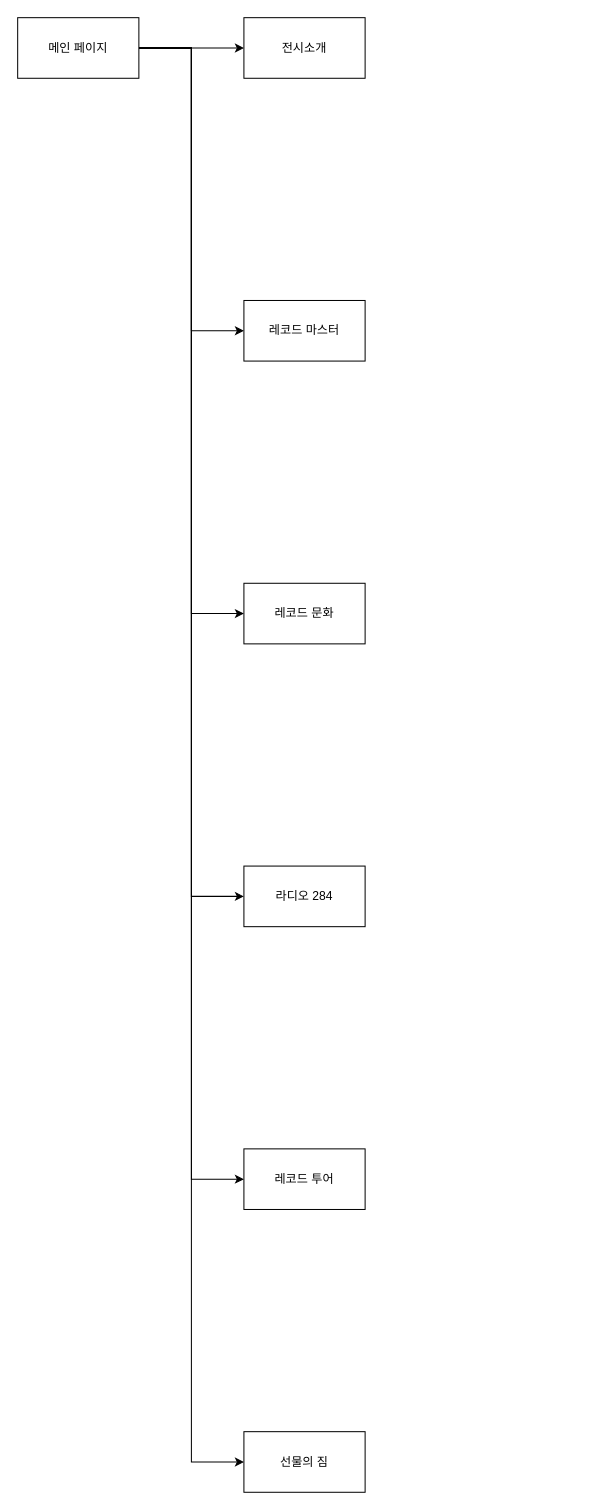
Above: Untitled Diagram.drawio in donkatz/RECORD-284 (draw.io), before the change. Source tidied: cells renumbered, new cells numbered last; positions are measured from the earlier drawing's top-left corner, leaving out a move shared by most shapes. Both pictures are drawn from the tidied source at 101%, with x=0, y=0 at pixel (17, 17).
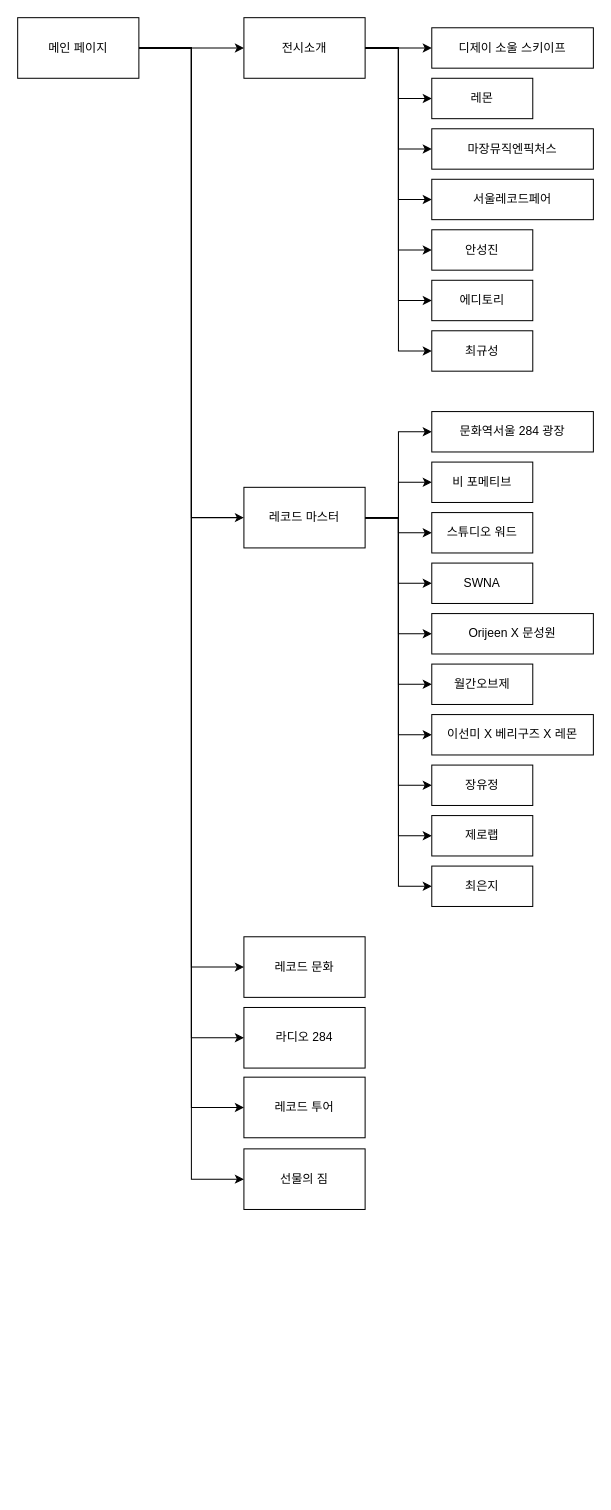
The same diagram, later.

The change refers to these unchanged cells:
```xml
<mxCell id="9" value="전시소개" style="rounded=0;whiteSpace=wrap;html=1;" parent="1" vertex="1">
  <mxGeometry x="224" width="120" height="60" as="geometry" />
</mxCell>
```

Change to the diagram source:
```diff
@@
+    <mxCell id="15" style="edgeStyle=orthogonalEdgeStyle;rounded=0;jettySize=auto;html=1;exitX=1;exitY=0.5;exitDx=0;exitDy=0;entryX=0;entryY=0.5;entryDx=0;entryDy=0;" parent="1" edge="1" source="9" target="32">
+      <mxGeometry relative="1" as="geometry">
+        <Array as="points">
+          <mxPoint x="380" y="30" />
+          <mxPoint x="380" y="30" />
+        </Array>
+      </mxGeometry>
+    </mxCell>
+    <mxCell id="16" style="edgeStyle=orthogonalEdgeStyle;rounded=0;jettySize=auto;html=1;entryX=0;entryY=0.5;entryDx=0;entryDy=0;" parent="1" edge="1" source="9" target="33">
+      <mxGeometry relative="1" as="geometry" />
+    </mxCell>
+    <mxCell id="17" style="edgeStyle=orthogonalEdgeStyle;rounded=0;jettySize=auto;html=1;entryX=0;entryY=0.5;entryDx=0;entryDy=0;" parent="1" edge="1" source="9" target="34">
+      <mxGeometry relative="1" as="geometry" />
+    </mxCell>
+    <mxCell id="18" style="edgeStyle=orthogonalEdgeStyle;rounded=0;jettySize=auto;html=1;entryX=0;entryY=0.5;entryDx=0;entryDy=0;" parent="1" edge="1" source="9" target="35">
+      <mxGeometry relative="1" as="geometry" />
+    </mxCell>
+    <mxCell id="19" style="edgeStyle=orthogonalEdgeStyle;rounded=0;jettySize=auto;html=1;entryX=0;entryY=0.5;entryDx=0;entryDy=0;" parent="1" edge="1" source="9" target="36">
+      <mxGeometry relative="1" as="geometry" />
+    </mxCell>
+    <mxCell id="20" style="edgeStyle=orthogonalEdgeStyle;rounded=0;jettySize=auto;html=1;entryX=0;entryY=0.5;entryDx=0;entryDy=0;" parent="1" edge="1" source="9" target="37">
+      <mxGeometry relative="1" as="geometry" />
+    </mxCell>
+    <mxCell id="21" style="edgeStyle=orthogonalEdgeStyle;rounded=0;jettySize=auto;html=1;entryX=0;entryY=0.5;entryDx=0;entryDy=0;" parent="1" edge="1" source="9" target="38">
+      <mxGeometry relative="1" as="geometry" />
+    </mxCell>
@@
+    <mxCell id="22" style="edgeStyle=orthogonalEdgeStyle;rounded=0;jettySize=auto;html=1;entryX=0;entryY=0.5;entryDx=0;entryDy=0;" parent="1" edge="1" source="10" target="39">
+      <mxGeometry relative="1" as="geometry" />
+    </mxCell>
+    <mxCell id="23" style="edgeStyle=orthogonalEdgeStyle;rounded=0;jettySize=auto;html=1;entryX=0;entryY=0.5;entryDx=0;entryDy=0;" parent="1" edge="1" source="10" target="40">
+      <mxGeometry relative="1" as="geometry" />
+    </mxCell>
+    <mxCell id="24" style="edgeStyle=orthogonalEdgeStyle;rounded=0;jettySize=auto;html=1;" parent="1" edge="1" source="10" target="41">
+      <mxGeometry relative="1" as="geometry" />
+    </mxCell>
+    <mxCell id="25" style="edgeStyle=orthogonalEdgeStyle;rounded=0;jettySize=auto;html=1;entryX=0;entryY=0.5;entryDx=0;entryDy=0;" parent="1" edge="1" source="10" target="42">
+      <mxGeometry relative="1" as="geometry" />
+    </mxCell>
+    <mxCell id="26" style="edgeStyle=orthogonalEdgeStyle;rounded=0;jettySize=auto;html=1;entryX=0;entryY=0.5;entryDx=0;entryDy=0;" parent="1" edge="1" source="10" target="43">
+      <mxGeometry relative="1" as="geometry" />
+    </mxCell>
+    <mxCell id="27" style="edgeStyle=orthogonalEdgeStyle;rounded=0;jettySize=auto;html=1;entryX=0;entryY=0.5;entryDx=0;entryDy=0;" parent="1" edge="1" source="10" target="44">
+      <mxGeometry relative="1" as="geometry" />
+    </mxCell>
+    <mxCell id="28" style="edgeStyle=orthogonalEdgeStyle;rounded=0;jettySize=auto;html=1;entryX=0;entryY=0.5;entryDx=0;entryDy=0;" parent="1" edge="1" source="10" target="45">
+      <mxGeometry relative="1" as="geometry" />
+    </mxCell>
+    <mxCell id="29" style="edgeStyle=orthogonalEdgeStyle;rounded=0;jettySize=auto;html=1;entryX=0;entryY=0.5;entryDx=0;entryDy=0;" parent="1" edge="1" source="10" target="46">
+      <mxGeometry relative="1" as="geometry" />
+    </mxCell>
+    <mxCell id="30" style="edgeStyle=orthogonalEdgeStyle;rounded=0;jettySize=auto;html=1;entryX=0;entryY=0.5;entryDx=0;entryDy=0;" parent="1" edge="1" source="10" target="47">
+      <mxGeometry relative="1" as="geometry" />
+    </mxCell>
+    <mxCell id="31" style="edgeStyle=orthogonalEdgeStyle;rounded=0;jettySize=auto;html=1;entryX=0;entryY=0.5;entryDx=0;entryDy=0;" parent="1" edge="1" source="10" target="48">
+      <mxGeometry relative="1" as="geometry" />
+    </mxCell>
     <mxCell id="10" value="레코드 마스터" style="rounded=0;whiteSpace=wrap;html=1;" parent="1" vertex="1">
-      <mxGeometry x="224" y="280" width="120" height="60" as="geometry" />
+      <mxGeometry x="224" y="465" width="120" height="60" as="geometry" />
     </mxCell>
     <mxCell id="11" value="라디오 284" style="rounded=0;whiteSpace=wrap;html=1;" parent="1" vertex="1">
-      <mxGeometry x="224" y="840" width="120" height="60" as="geometry" />
+      <mxGeometry x="224" y="980" width="120" height="60" as="geometry" />
     </mxCell>
     <mxCell id="12" value="레코드 문화" style="rounded=0;whiteSpace=wrap;html=1;" parent="1" vertex="1">
-      <mxGeometry x="224" y="560" width="120" height="60" as="geometry" />
+      <mxGeometry x="224" y="910" width="120" height="60" as="geometry" />
     </mxCell>
     <mxCell id="13" value="레코드 투어" style="rounded=0;whiteSpace=wrap;html=1;" parent="1" vertex="1">
-      <mxGeometry x="224" y="1120" width="120" height="60" as="geometry" />
+      <mxGeometry x="224" y="1049" width="120" height="60" as="geometry" />
     </mxCell>
     <mxCell id="14" value="선물의 짐" style="rounded=0;whiteSpace=wrap;html=1;" parent="1" vertex="1">
-      <mxGeometry x="224" y="1400" width="120" height="60" as="geometry" />
+      <mxGeometry x="224" y="1120" width="120" height="60" as="geometry" />
     </mxCell>
+    <mxCell id="32" value="디제이 소울 스키이프" style="rounded=0;whiteSpace=wrap;html=1;" parent="1" vertex="1">
+      <mxGeometry x="410" y="10" width="160" height="40" as="geometry" />
+    </mxCell>
+    <mxCell id="33" value="레몬" style="rounded=0;whiteSpace=wrap;html=1;" parent="1" vertex="1">
+      <mxGeometry x="410" y="60" width="100" height="40" as="geometry" />
+    </mxCell>
+    <mxCell id="34" value="마장뮤직엔픽처스" style="rounded=0;whiteSpace=wrap;html=1;" parent="1" vertex="1">
+      <mxGeometry x="410" y="110" width="160" height="40" as="geometry" />
+    </mxCell>
+    <mxCell id="35" value="서울레코드페어" style="rounded=0;whiteSpace=wrap;html=1;" parent="1" vertex="1">
+      <mxGeometry x="410" y="160" width="160" height="40" as="geometry" />
+    </mxCell>
+    <mxCell id="36" value="안성진" style="rounded=0;whiteSpace=wrap;html=1;" parent="1" vertex="1">
+      <mxGeometry x="410" y="210" width="100" height="40" as="geometry" />
+    </mxCell>
+    <mxCell id="37" value="에디토리" style="rounded=0;whiteSpace=wrap;html=1;" parent="1" vertex="1">
+      <mxGeometry x="410" y="260" width="100" height="40" as="geometry" />
+    </mxCell>
+    <mxCell id="38" value="최규성" style="rounded=0;whiteSpace=wrap;html=1;" parent="1" vertex="1">
+      <mxGeometry x="410" y="310" width="100" height="40" as="geometry" />
+    </mxCell>
+    <mxCell id="39" value="문화역서울 284 광장" style="rounded=0;whiteSpace=wrap;html=1;" parent="1" vertex="1">
+      <mxGeometry x="410" y="390" width="160" height="40" as="geometry" />
+    </mxCell>
+    <mxCell id="40" value="비 포메티브" style="rounded=0;whiteSpace=wrap;html=1;" parent="1" vertex="1">
+      <mxGeometry x="410" y="440" width="100" height="40" as="geometry" />
+    </mxCell>
+    <mxCell id="41" value="스튜디오 워드" style="rounded=0;whiteSpace=wrap;html=1;" parent="1" vertex="1">
+      <mxGeometry x="410" y="490" width="100" height="40" as="geometry" />
+    </mxCell>
+    <mxCell id="42" value="SWNA" style="rounded=0;whiteSpace=wrap;html=1;" parent="1" vertex="1">
+      <mxGeometry x="410" y="540" width="100" height="40" as="geometry" />
+    </mxCell>
+    <mxCell id="43" value="Orijeen X 문성원" style="rounded=0;whiteSpace=wrap;html=1;" parent="1" vertex="1">
+      <mxGeometry x="410" y="590" width="160" height="40" as="geometry" />
+    </mxCell>
+    <mxCell id="44" value="월간오브제" style="rounded=0;whiteSpace=wrap;html=1;" parent="1" vertex="1">
+      <mxGeometry x="410" y="640" width="100" height="40" as="geometry" />
+    </mxCell>
+    <mxCell id="45" value="이선미 X 베리구즈 X 레몬" style="rounded=0;whiteSpace=wrap;html=1;" parent="1" vertex="1">
+      <mxGeometry x="410" y="690" width="160" height="40" as="geometry" />
+    </mxCell>
+    <mxCell id="46" value="장유정" style="rounded=0;whiteSpace=wrap;html=1;" parent="1" vertex="1">
+      <mxGeometry x="410" y="740" width="100" height="40" as="geometry" />
+    </mxCell>
+    <mxCell id="47" value="제로랩" style="rounded=0;whiteSpace=wrap;html=1;" parent="1" vertex="1">
+      <mxGeometry x="410" y="790" width="100" height="40" as="geometry" />
+    </mxCell>
+    <mxCell id="48" value="최은지" style="rounded=0;whiteSpace=wrap;html=1;" parent="1" vertex="1">
+      <mxGeometry x="410" y="840" width="100" height="40" as="geometry" />
+    </mxCell>
```
